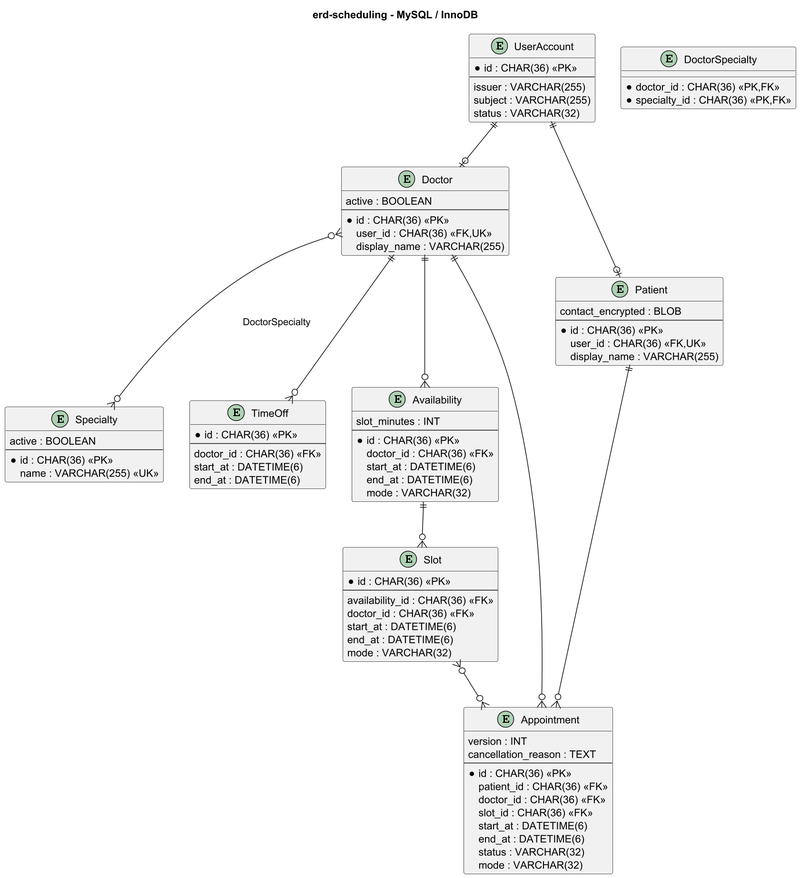
This is docs/design/database/erd-scheduling.png from Samie32/SE-project, a PlantUML export, as it was before one commit. Source of this version:
```plantuml
@startuml erd-scheduling
skinparam entity {
  BackgroundColor White
  BorderColor #555
  ArrowColor #333
  FontName Arial
  FontSize 10
}
skinparam shadowing false
skinparam dpi 150
title erd-scheduling - MySQL / InnoDB

entity "UserAccount" as UA {
  * id : CHAR(36) <<PK>>
  --
  issuer : VARCHAR(255)
  subject : VARCHAR(255)
  status : VARCHAR(32)
}

entity "Doctor" as D {
  active : BOOLEAN
  --
  * id : CHAR(36) <<PK>>
  user_id : CHAR(36) <<FK,UK>>
  display_name : VARCHAR(255)
}

entity "Specialty" as SP {
  active : BOOLEAN
  --
  * id : CHAR(36) <<PK>>
  name : VARCHAR(255) <<UK>>
}

entity "DoctorSpecialty" as DS {
  * doctor_id : CHAR(36) <<PK,FK>>
  * specialty_id : CHAR(36) <<PK,FK>>
}

entity "TimeOff" as TO {
  * id : CHAR(36) <<PK>>
  --
  doctor_id : CHAR(36) <<FK>>
  start_at : DATETIME(6)
  end_at : DATETIME(6)
}

entity "Availability" as AV {
  slot_minutes : INT
  --
  * id : CHAR(36) <<PK>>
  doctor_id : CHAR(36) <<FK>>
  start_at : DATETIME(6)
  end_at : DATETIME(6)
  mode : VARCHAR(32)
}

entity "Slot" as SL {
  * id : CHAR(36) <<PK>>
  --
  availability_id : CHAR(36) <<FK>>
  doctor_id : CHAR(36) <<FK>>
  start_at : DATETIME(6)
  end_at : DATETIME(6)
  mode : VARCHAR(32)
}

entity "Patient" as P {
  contact_encrypted : BLOB
  --
  * id : CHAR(36) <<PK>>
  user_id : CHAR(36) <<FK,UK>>
  display_name : VARCHAR(255)
}

entity "Appointment" as AP {
  version : INT
  cancellation_reason : TEXT
  --
  * id : CHAR(36) <<PK>>
  patient_id : CHAR(36) <<FK>>
  doctor_id : CHAR(36) <<FK>>
  slot_id : CHAR(36) <<FK>>
  start_at : DATETIME(6)
  end_at : DATETIME(6)
  status : VARCHAR(32)
  mode : VARCHAR(32)
}

UA ||--o| D
UA ||--o| P
D }o--o{ SP : DoctorSpecialty
D ||--o{ AV
D ||--o{ TO
AV ||--o{ SL
SL }o--o{ AP
P ||--o{ AP
D ||--o{ AP

@enduml
```
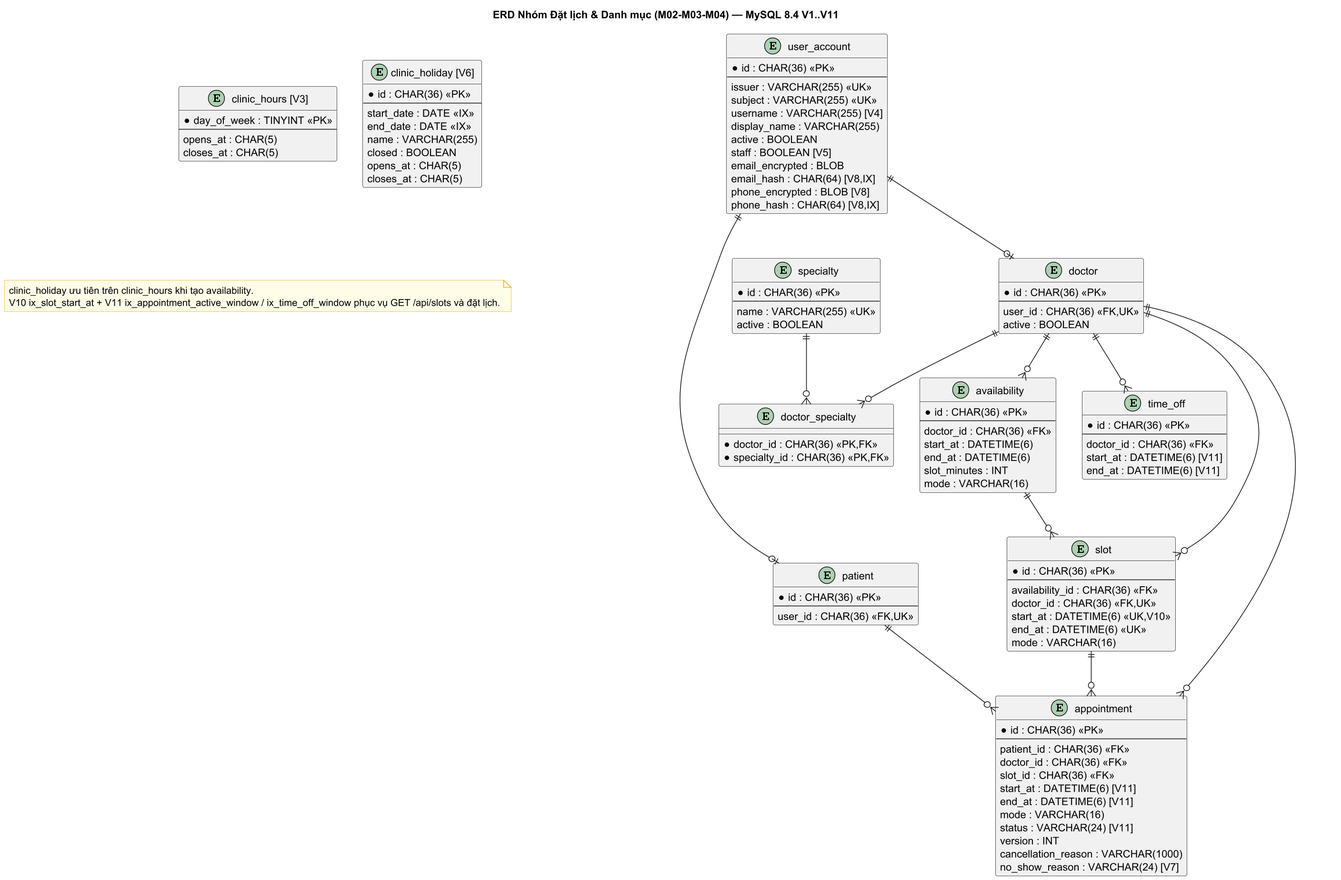
The same file after the commit.

What changed in the source:
```diff
@@ -6,96 +6,128 @@
   FontName Arial
   FontSize 10
 }
+skinparam noteBackgroundColor #FFFDE7
+skinparam noteBorderColor #F9A825
 skinparam shadowing false
 skinparam dpi 150
-title erd-scheduling - MySQL / InnoDB
+title ERD Nhóm Đặt lịch & Danh mục (M02-M03-M04) — MySQL 8.4 V1..V11
 
-entity "UserAccount" as UA {
+entity "user_account" as UA {
   * id : CHAR(36) <<PK>>
   --
-  issuer : VARCHAR(255)
-  subject : VARCHAR(255)
-  status : VARCHAR(32)
+  issuer : VARCHAR(255) <<UK>>
+  subject : VARCHAR(255) <<UK>>
+  username : VARCHAR(255) [V4]
+  display_name : VARCHAR(255)
+  active : BOOLEAN
+  staff : BOOLEAN [V5]
+  email_encrypted : BLOB
+  email_hash : CHAR(64) [V8,IX]
+  phone_encrypted : BLOB [V8]
+  phone_hash : CHAR(64) [V8,IX]
 }
 
-entity "Doctor" as D {
-  active : BOOLEAN
+entity "patient" as P {
+  * id : CHAR(36) <<PK>>
   --
-  * id : CHAR(36) <<PK>>
   user_id : CHAR(36) <<FK,UK>>
-  display_name : VARCHAR(255)
 }
 
-entity "Specialty" as SP {
+entity "doctor" as D {
+  * id : CHAR(36) <<PK>>
+  --
+  user_id : CHAR(36) <<FK,UK>>
   active : BOOLEAN
-  --
-  * id : CHAR(36) <<PK>>
-  name : VARCHAR(255) <<UK>>
 }
 
-entity "DoctorSpecialty" as DS {
+entity "specialty" as SP {
+  * id : CHAR(36) <<PK>>
+  --
+  name : VARCHAR(255) <<UK>>
+  active : BOOLEAN
+}
+
+entity "doctor_specialty" as DS {
   * doctor_id : CHAR(36) <<PK,FK>>
   * specialty_id : CHAR(36) <<PK,FK>>
 }
 
-entity "TimeOff" as TO {
+entity "clinic_hours [V3]" as CH {
+  * day_of_week : TINYINT <<PK>>
+  --
+  opens_at : CHAR(5)
+  closes_at : CHAR(5)
+}
+
+entity "clinic_holiday [V6]" as HL {
+  * id : CHAR(36) <<PK>>
+  --
+  start_date : DATE <<IX>>
+  end_date : DATE <<IX>>
+  name : VARCHAR(255)
+  closed : BOOLEAN
+  opens_at : CHAR(5)
+  closes_at : CHAR(5)
+}
+
+entity "availability" as AV {
   * id : CHAR(36) <<PK>>
   --
   doctor_id : CHAR(36) <<FK>>
   start_at : DATETIME(6)
   end_at : DATETIME(6)
+  slot_minutes : INT
+  mode : VARCHAR(16)
 }
 
-entity "Availability" as AV {
-  slot_minutes : INT
+entity "time_off" as TO {
+  * id : CHAR(36) <<PK>>
   --
-  * id : CHAR(36) <<PK>>
   doctor_id : CHAR(36) <<FK>>
-  start_at : DATETIME(6)
-  end_at : DATETIME(6)
-  mode : VARCHAR(32)
+  start_at : DATETIME(6) [V11]
+  end_at : DATETIME(6) [V11]
 }
 
-entity "Slot" as SL {
+entity "slot" as SL {
   * id : CHAR(36) <<PK>>
   --
   availability_id : CHAR(36) <<FK>>
-  doctor_id : CHAR(36) <<FK>>
-  start_at : DATETIME(6)
-  end_at : DATETIME(6)
-  mode : VARCHAR(32)
+  doctor_id : CHAR(36) <<FK,UK>>
+  start_at : DATETIME(6) <<UK,V10>>
+  end_at : DATETIME(6) <<UK>>
+  mode : VARCHAR(16)
 }
 
-entity "Patient" as P {
-  contact_encrypted : BLOB
+entity "appointment" as AP {
+  * id : CHAR(36) <<PK>>
   --
-  * id : CHAR(36) <<PK>>
-  user_id : CHAR(36) <<FK,UK>>
-  display_name : VARCHAR(255)
-}
-
-entity "Appointment" as AP {
-  version : INT
-  cancellation_reason : TEXT
-  --
-  * id : CHAR(36) <<PK>>
   patient_id : CHAR(36) <<FK>>
   doctor_id : CHAR(36) <<FK>>
   slot_id : CHAR(36) <<FK>>
-  start_at : DATETIME(6)
-  end_at : DATETIME(6)
-  status : VARCHAR(32)
-  mode : VARCHAR(32)
+  start_at : DATETIME(6) [V11]
+  end_at : DATETIME(6) [V11]
+  mode : VARCHAR(16)
+  status : VARCHAR(24) [V11]
+  version : INT
+  cancellation_reason : VARCHAR(1000)
+  no_show_reason : VARCHAR(24) [V7]
 }
 
 UA ||--o| D
 UA ||--o| P
-D }o--o{ SP : DoctorSpecialty
+D ||--o{ DS
+SP ||--o{ DS
 D ||--o{ AV
 D ||--o{ TO
+D ||--o{ SL
 AV ||--o{ SL
-SL }o--o{ AP
+SL ||--o{ AP
 P ||--o{ AP
 D ||--o{ AP
 
+note as N1
+  clinic_holiday ưu tiên trên clinic_hours khi tạo availability.
+  V10 ix_slot_start_at + V11 ix_appointment_active_window / ix_time_off_window phục vụ GET /api/slots và đặt lịch.
+end note
+
 @enduml
```
